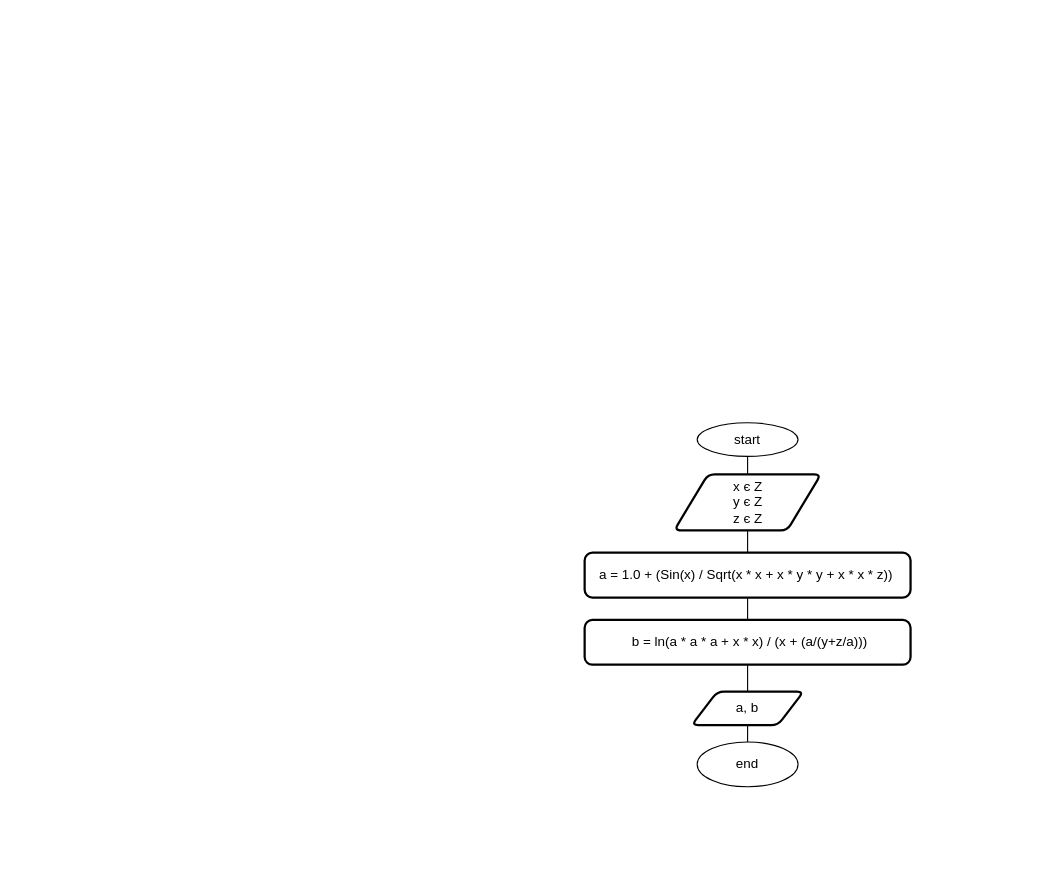
Above: Practice 1/Task 1/asd_l1t1_bolyuk.drawio in bolyuk/ads-bolyuk-kp12 (draw.io), before the change. Source tidied: cells renumbered, new cells numbered last; positions are measured from the earlier drawing's top-left corner, leaving out a move shared by most shapes. Both pictures are drawn from the tidied source at 112%, with x=0, y=0 at pixel (585, 422).
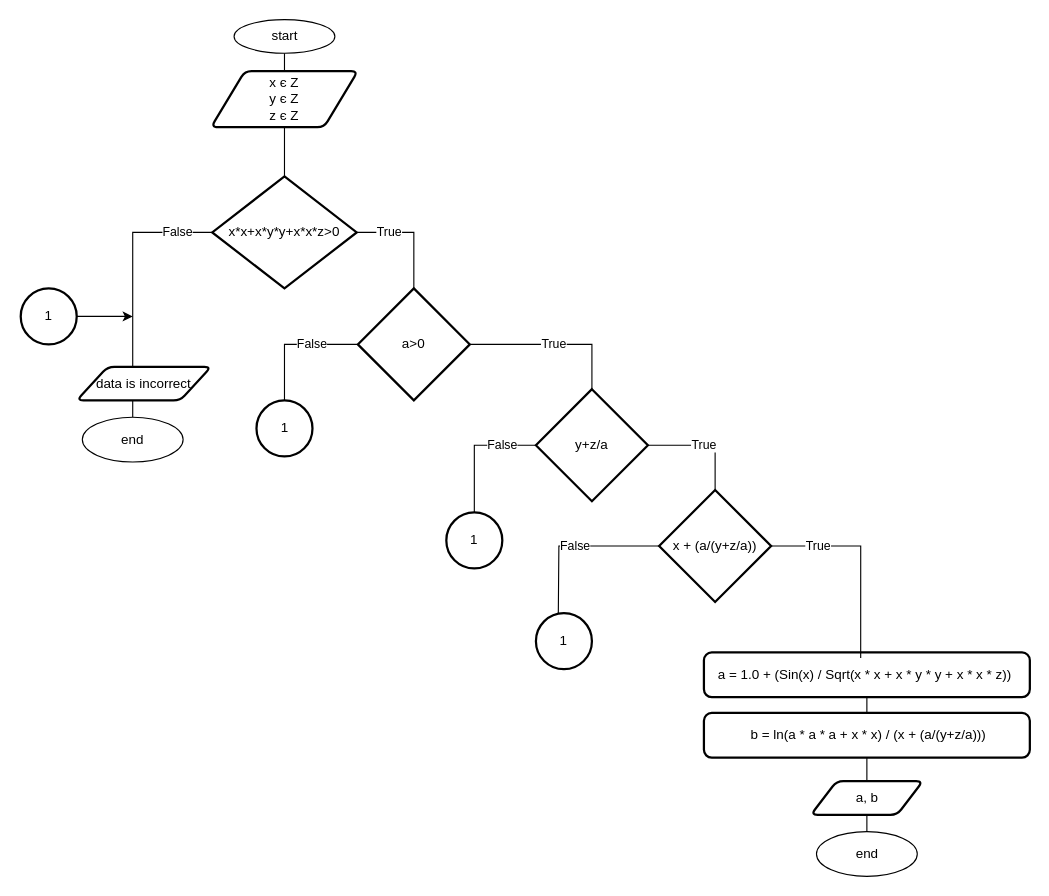
After the change.

Commit message (it also covers changes not shown here):
edit block diagrams

Diff of the diagram source:
```diff
@@
     <mxCell id="2" style="edgeStyle=orthogonalEdgeStyle;rounded=0;jettySize=auto;html=1;entryX=0.5;entryY=0;entryDx=0;entryDy=0;endArrow=none;endFill=0;" parent="1" edge="1" source="3">
       <mxGeometry relative="1" as="geometry">
-        <mxPoint x="145" y="60" as="targetPoint" />
+        <mxPoint x="-268.5" y="-300" as="targetPoint" />
       </mxGeometry>
     </mxCell>
     <mxCell id="3" value="start" style="ellipse;whiteSpace=wrap;html=1;" parent="1" vertex="1">
-      <mxGeometry x="100" width="90" height="30" as="geometry" />
+      <mxGeometry x="-313.5" y="-360" width="90" height="30" as="geometry" />
     </mxCell>
@@
     <mxCell id="5" value="end" style="ellipse;whiteSpace=wrap;html=1;" parent="1" vertex="1">
-      <mxGeometry x="100" y="285" width="90" height="40" as="geometry" />
+      <mxGeometry x="206.5" y="365" width="90" height="40" as="geometry" />
     </mxCell>
     <mxCell id="6" style="edgeStyle=orthogonalEdgeStyle;rounded=0;orthogonalLoop=1;jettySize=auto;html=1;exitX=0.5;exitY=1;exitDx=0;exitDy=0;endArrow=none;endFill=0;" parent="1" edge="1">
       <mxGeometry relative="1" as="geometry">
-        <mxPoint x="145" y="90" as="sourcePoint" />
-        <mxPoint x="145" y="90" as="targetPoint" />
+        <mxPoint x="-268.5" y="-270" as="sourcePoint" />
+        <mxPoint x="-268.5" y="-270" as="targetPoint" />
       </mxGeometry>
     </mxCell>
     <mxCell id="7" value="a, b" style="shape=parallelogram;html=1;strokeWidth=2;perimeter=parallelogramPerimeter;whiteSpace=wrap;rounded=1;arcSize=12;size=0.23;" parent="1" vertex="1">
-      <mxGeometry x="95" y="240" width="100" height="30" as="geometry" />
+      <mxGeometry x="201.5" y="320" width="100" height="30" as="geometry" />
     </mxCell>
@@
     <mxCell id="9" value="a =&amp;nbsp;1.0 + (Sin(x) / Sqrt(x * x + x * y * y + x * x * z))&amp;nbsp;" style="rounded=1;whiteSpace=wrap;html=1;absoluteArcSize=1;arcSize=14;strokeWidth=2;" parent="1" vertex="1">
-      <mxGeometry x="-0.5" y="116" width="291" height="40" as="geometry" />
+      <mxGeometry x="106" y="205" width="291" height="40" as="geometry" />
     </mxCell>
@@
-    <mxCell id="11" style="edgeStyle=orthogonalEdgeStyle;rounded=0;jettySize=auto;html=1;endArrow=none;endFill=0;" parent="1" edge="1" source="12" target="9">
-      <mxGeometry relative="1" as="geometry" />
-    </mxCell>
+    <mxCell id="15" style="edgeStyle=orthogonalEdgeStyle;rounded=0;jettySize=auto;html=1;entryX=0.5;entryY=0;entryDx=0;entryDy=0;entryPerimeter=0;endArrow=none;endFill=0;" parent="1" edge="1" source="12" target="18">
+      <mxGeometry relative="1" as="geometry" />
+    </mxCell>
     <mxCell id="12" value="x є Z &lt;br&gt;y є Z &lt;br&gt;z є Z" style="shape=parallelogram;html=1;strokeWidth=2;perimeter=parallelogramPerimeter;whiteSpace=wrap;rounded=1;arcSize=12;size=0.23;" parent="1" vertex="1">
-      <mxGeometry x="79.5" y="46" width="131" height="50" as="geometry" />
+      <mxGeometry x="-334" y="-314" width="131" height="50" as="geometry" />
     </mxCell>
@@
     <mxCell id="14" value="&amp;nbsp;b = ln(a * a * a + x * x) / (x + (a/(y+z/a)))" style="rounded=1;whiteSpace=wrap;html=1;absoluteArcSize=1;arcSize=14;strokeWidth=2;" parent="1" vertex="1">
-      <mxGeometry x="-0.5" y="176" width="291" height="40" as="geometry" />
+      <mxGeometry x="106" y="259" width="291" height="40" as="geometry" />
     </mxCell>
+    <mxCell id="16" value="True" style="edgeStyle=orthogonalEdgeStyle;rounded=0;jettySize=auto;html=1;entryX=0.5;entryY=0;entryDx=0;entryDy=0;entryPerimeter=0;endArrow=none;endFill=0;" parent="1" edge="1" source="18" target="21">
+      <mxGeometry x="-0.43" relative="1" as="geometry" />
+    </mxCell>
+    <mxCell id="17" value="False" style="edgeStyle=orthogonalEdgeStyle;rounded=0;jettySize=auto;html=1;endArrow=none;endFill=0;" parent="1" edge="1" source="18">
+      <mxGeometry x="-0.68" relative="1" as="geometry">
+        <mxPoint x="-404" y="-50" as="targetPoint" />
+        <Array as="points">
+          <mxPoint x="-404" y="-170" />
+        </Array>
+      </mxGeometry>
+    </mxCell>
+    <mxCell id="18" value="&lt;span&gt;x*x+x*y*y+x*x*z&amp;gt;0&lt;/span&gt;" style="strokeWidth=2;html=1;shape=mxgraph.flowchart.decision;whiteSpace=wrap;" parent="1" vertex="1">
+      <mxGeometry x="-333" y="-220" width="129" height="100" as="geometry" />
+    </mxCell>
+    <mxCell id="19" value="True" style="edgeStyle=orthogonalEdgeStyle;rounded=0;jettySize=auto;html=1;entryX=0.5;entryY=0;entryDx=0;entryDy=0;entryPerimeter=0;endArrow=none;endFill=0;" parent="1" edge="1" source="21" target="24">
+      <mxGeometry relative="1" as="geometry" />
+    </mxCell>
+    <mxCell id="20" value="False" style="edgeStyle=orthogonalEdgeStyle;rounded=0;jettySize=auto;html=1;exitX=0;exitY=0.5;exitDx=0;exitDy=0;exitPerimeter=0;entryX=0.5;entryY=0;entryDx=0;entryDy=0;entryPerimeter=0;endArrow=none;endFill=0;" parent="1" edge="1" source="21" target="34">
+      <mxGeometry x="-0.29" relative="1" as="geometry" />
+    </mxCell>
+    <mxCell id="21" value="a&amp;gt;0" style="strokeWidth=2;html=1;shape=mxgraph.flowchart.decision;whiteSpace=wrap;" parent="1" vertex="1">
+      <mxGeometry x="-203" y="-120" width="100" height="100" as="geometry" />
+    </mxCell>
+    <mxCell id="22" value="True" style="edgeStyle=orthogonalEdgeStyle;rounded=0;jettySize=auto;html=1;entryX=0.5;entryY=0;entryDx=0;entryDy=0;entryPerimeter=0;endArrow=none;endFill=0;" parent="1" edge="1" source="24" target="27">
+      <mxGeometry relative="1" as="geometry" />
+    </mxCell>
+    <mxCell id="23" value="False" style="edgeStyle=orthogonalEdgeStyle;rounded=0;jettySize=auto;html=1;entryX=0.5;entryY=0;entryDx=0;entryDy=0;entryPerimeter=0;endArrow=none;endFill=0;" parent="1" edge="1" source="24" target="36">
+      <mxGeometry x="-0.48" relative="1" as="geometry" />
+    </mxCell>
+    <mxCell id="24" value="y+z/a" style="strokeWidth=2;html=1;shape=mxgraph.flowchart.decision;whiteSpace=wrap;" parent="1" vertex="1">
+      <mxGeometry x="-44" y="-30" width="100" height="100" as="geometry" />
+    </mxCell>
+    <mxCell id="25" value="True" style="edgeStyle=orthogonalEdgeStyle;rounded=0;jettySize=auto;html=1;endArrow=none;endFill=0;entryX=0.481;entryY=0.125;entryDx=0;entryDy=0;entryPerimeter=0;" parent="1" edge="1" source="27" target="9">
+      <mxGeometry x="-0.53" relative="1" as="geometry">
+        <Array as="points">
+          <mxPoint x="246" y="110" />
+        </Array>
+      </mxGeometry>
+    </mxCell>
+    <mxCell id="26" value="False" style="edgeStyle=orthogonalEdgeStyle;rounded=0;jettySize=auto;html=1;endArrow=none;endFill=0;" parent="1" edge="1" source="27">
+      <mxGeometry relative="1" as="geometry">
+        <mxPoint x="-24" y="170" as="targetPoint" />
+      </mxGeometry>
+    </mxCell>
+    <mxCell id="27" value="x + (a/(y+z/a))" style="strokeWidth=2;html=1;shape=mxgraph.flowchart.decision;whiteSpace=wrap;" parent="1" vertex="1">
+      <mxGeometry x="66" y="60" width="100" height="100" as="geometry" />
+    </mxCell>
+    <mxCell id="28" style="edgeStyle=orthogonalEdgeStyle;rounded=0;jettySize=auto;html=1;entryX=0.5;entryY=0;entryDx=0;entryDy=0;endArrow=none;endFill=0;exitX=0.5;exitY=1;exitDx=0;exitDy=0;" parent="1" edge="1" source="30" target="29">
+      <mxGeometry relative="1" as="geometry" />
+    </mxCell>
+    <mxCell id="29" value="end" style="ellipse;whiteSpace=wrap;html=1;" parent="1" vertex="1">
+      <mxGeometry x="-449" y="-5" width="90" height="40" as="geometry" />
+    </mxCell>
+    <mxCell id="30" value="data is incorrect" style="shape=parallelogram;html=1;strokeWidth=2;perimeter=parallelogramPerimeter;whiteSpace=wrap;rounded=1;arcSize=12;size=0.23;" parent="1" vertex="1">
+      <mxGeometry x="-454" y="-50" width="120" height="30" as="geometry" />
+    </mxCell>
+    <mxCell id="31" style="edgeStyle=orthogonalEdgeStyle;rounded=0;orthogonalLoop=1;jettySize=auto;html=1;exitX=0.5;exitY=1;exitDx=0;exitDy=0;" parent="1" edge="1" source="30" target="30">
+      <mxGeometry relative="1" as="geometry" />
+    </mxCell>
+    <mxCell id="32" style="edgeStyle=orthogonalEdgeStyle;rounded=0;jettySize=auto;html=1;endArrow=classic;endFill=1;" parent="1" edge="1" source="33">
+      <mxGeometry relative="1" as="geometry">
+        <mxPoint x="-404" y="-95" as="targetPoint" />
+      </mxGeometry>
+    </mxCell>
+    <mxCell id="33" value="1" style="strokeWidth=2;html=1;shape=mxgraph.flowchart.start_2;whiteSpace=wrap;" parent="1" vertex="1">
+      <mxGeometry x="-504" y="-120" width="50" height="50" as="geometry" />
+    </mxCell>
+    <mxCell id="34" value="1" style="strokeWidth=2;html=1;shape=mxgraph.flowchart.start_2;whiteSpace=wrap;" parent="1" vertex="1">
+      <mxGeometry x="-293.5" y="-20" width="50" height="50" as="geometry" />
+    </mxCell>
+    <mxCell id="35" value="1" style="strokeWidth=2;html=1;shape=mxgraph.flowchart.start_2;whiteSpace=wrap;" parent="1" vertex="1">
+      <mxGeometry x="-44" y="170" width="50" height="50" as="geometry" />
+    </mxCell>
+    <mxCell id="36" value="1" style="strokeWidth=2;html=1;shape=mxgraph.flowchart.start_2;whiteSpace=wrap;" parent="1" vertex="1">
+      <mxGeometry x="-124" y="80" width="50" height="50" as="geometry" />
+    </mxCell>
```
